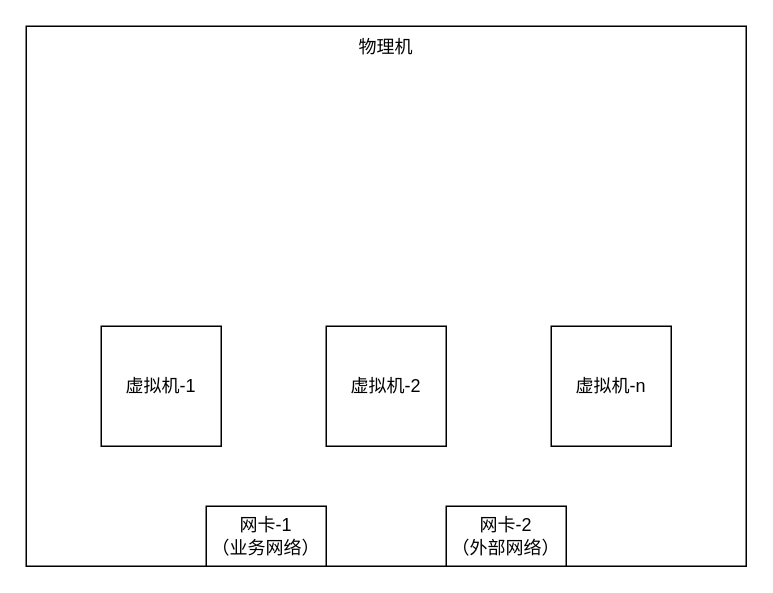
Before: test.drawio in wangkuntian/draw, a draw.io diagram. Source tidied: cells renumbered, new cells numbered last; positions are measured from the earlier drawing's top-left corner, leaving out a move shared by most shapes. Both pictures are drawn from the tidied source at 150%, with x=0, y=0 at pixel (26, 26).
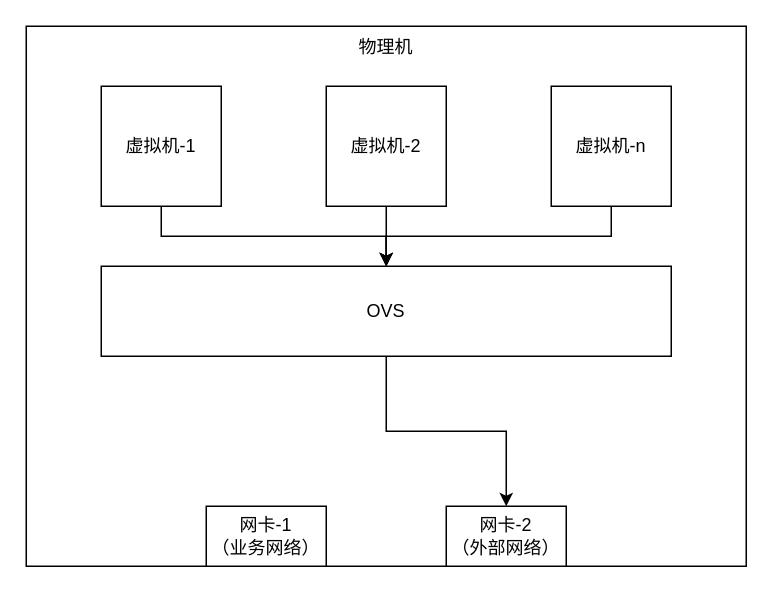
After the change.

The edit, as a diff of the source:
```diff
@@
 <mxGraphModel>
   <root>
     <mxCell id="0" />
     <mxCell id="1" parent="0" />
     <mxCell id="2" value="物理机" style="rounded=0;whiteSpace=wrap;html=1;verticalAlign=top;" parent="1" vertex="1">
       <mxGeometry width="480" height="360" as="geometry" />
     </mxCell>
+    <mxCell id="8" style="edgeStyle=orthogonalEdgeStyle;rounded=0;jettySize=auto;html=1;" parent="1" edge="1" source="3" target="12">
+      <mxGeometry relative="1" as="geometry" />
+    </mxCell>
     <mxCell id="3" value="虚拟机-1" style="rounded=0;whiteSpace=wrap;html=1;" parent="1" vertex="1">
-      <mxGeometry x="50" y="200" width="80" height="80" as="geometry" />
+      <mxGeometry x="50" y="40" width="80" height="80" as="geometry" />
     </mxCell>
+    <mxCell id="9" style="edgeStyle=orthogonalEdgeStyle;rounded=0;jettySize=auto;html=1;" parent="1" edge="1" source="4" target="12">
+      <mxGeometry relative="1" as="geometry" />
+    </mxCell>
     <mxCell id="4" value="虚拟机-2" style="rounded=0;whiteSpace=wrap;html=1;" parent="1" vertex="1">
-      <mxGeometry x="200" y="200" width="80" height="80" as="geometry" />
+      <mxGeometry x="200" y="40" width="80" height="80" as="geometry" />
     </mxCell>
+    <mxCell id="10" style="edgeStyle=orthogonalEdgeStyle;rounded=0;jettySize=auto;html=1;" parent="1" edge="1" source="5" target="12">
+      <mxGeometry relative="1" as="geometry" />
+    </mxCell>
     <mxCell id="5" value="虚拟机-n" style="rounded=0;whiteSpace=wrap;html=1;" parent="1" vertex="1">
-      <mxGeometry x="350" y="200" width="80" height="80" as="geometry" />
+      <mxGeometry x="350" y="40" width="80" height="80" as="geometry" />
     </mxCell>
     <mxCell id="6" value="网卡-1&lt;br&gt;（业务网络）" style="rounded=0;whiteSpace=wrap;html=1;" parent="1" vertex="1">
       <mxGeometry x="120" y="320" width="80" height="40" as="geometry" />
     </mxCell>
     <mxCell id="7" value="网卡-2&lt;br&gt;（外部网络）" style="rounded=0;whiteSpace=wrap;html=1;" parent="1" vertex="1">
       <mxGeometry x="280" y="320" width="80" height="40" as="geometry" />
     </mxCell>
+    <mxCell id="11" style="edgeStyle=orthogonalEdgeStyle;rounded=0;jettySize=auto;html=1;entryX=0.5;entryY=0;entryDx=0;entryDy=0;" parent="1" edge="1" source="12" target="7">
+      <mxGeometry relative="1" as="geometry" />
+    </mxCell>
+    <mxCell id="12" value="OVS" style="rounded=0;whiteSpace=wrap;html=1;" parent="1" vertex="1">
+      <mxGeometry x="50" y="160" width="380" height="60" as="geometry" />
+    </mxCell>
   </root>
 </mxGraphModel>
```
